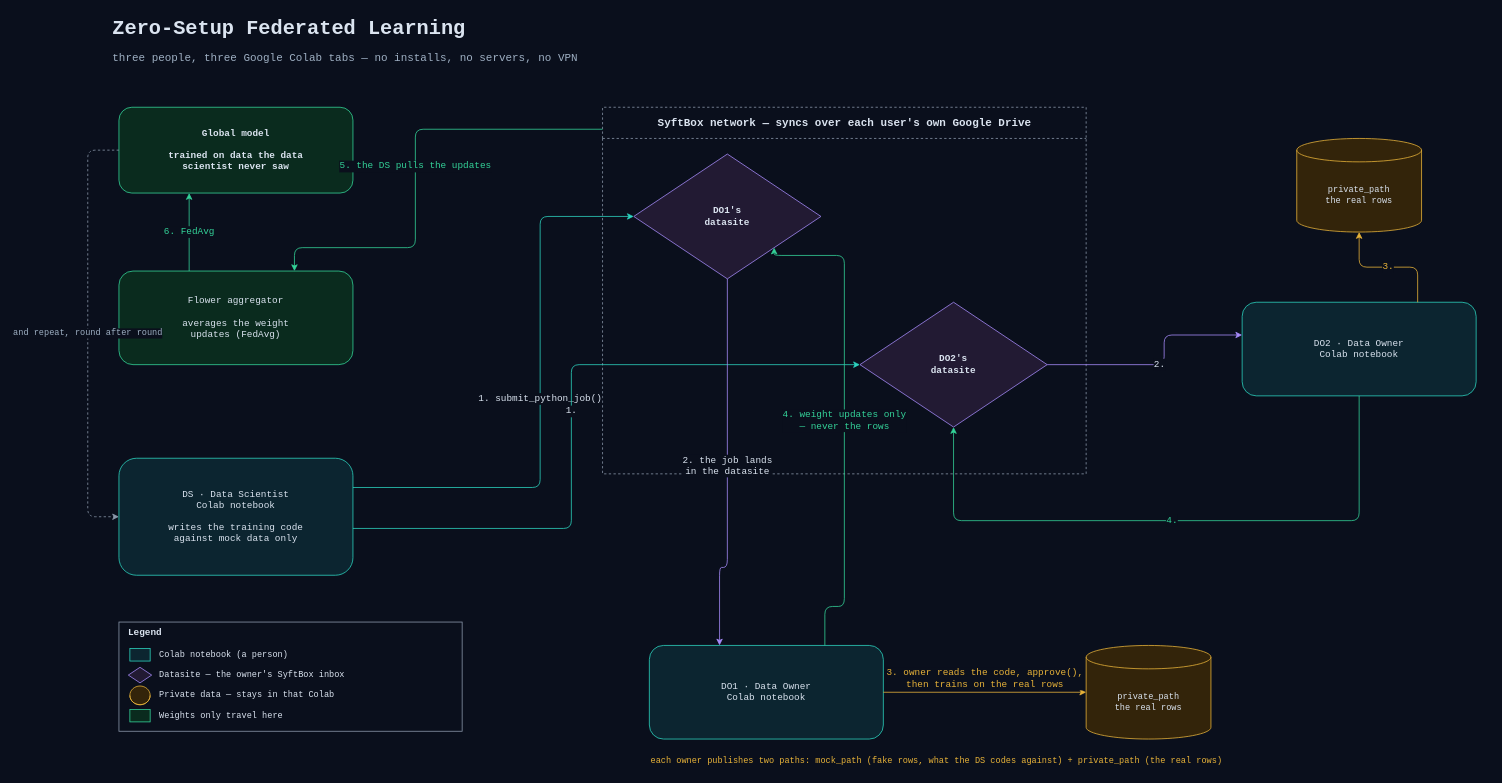
Earlier version of the draw.io diagram content/_attachments/fl-colab/zero-setup-fl.drawio (khoaguin/theduykhoa). Source tidied: cells renumbered, new cells numbered last; positions are measured from the earlier drawing's top-left corner, leaving out a move shared by most shapes. Both pictures are drawn from the tidied source at 78%, with x=0, y=0 at pixel (87, 13).
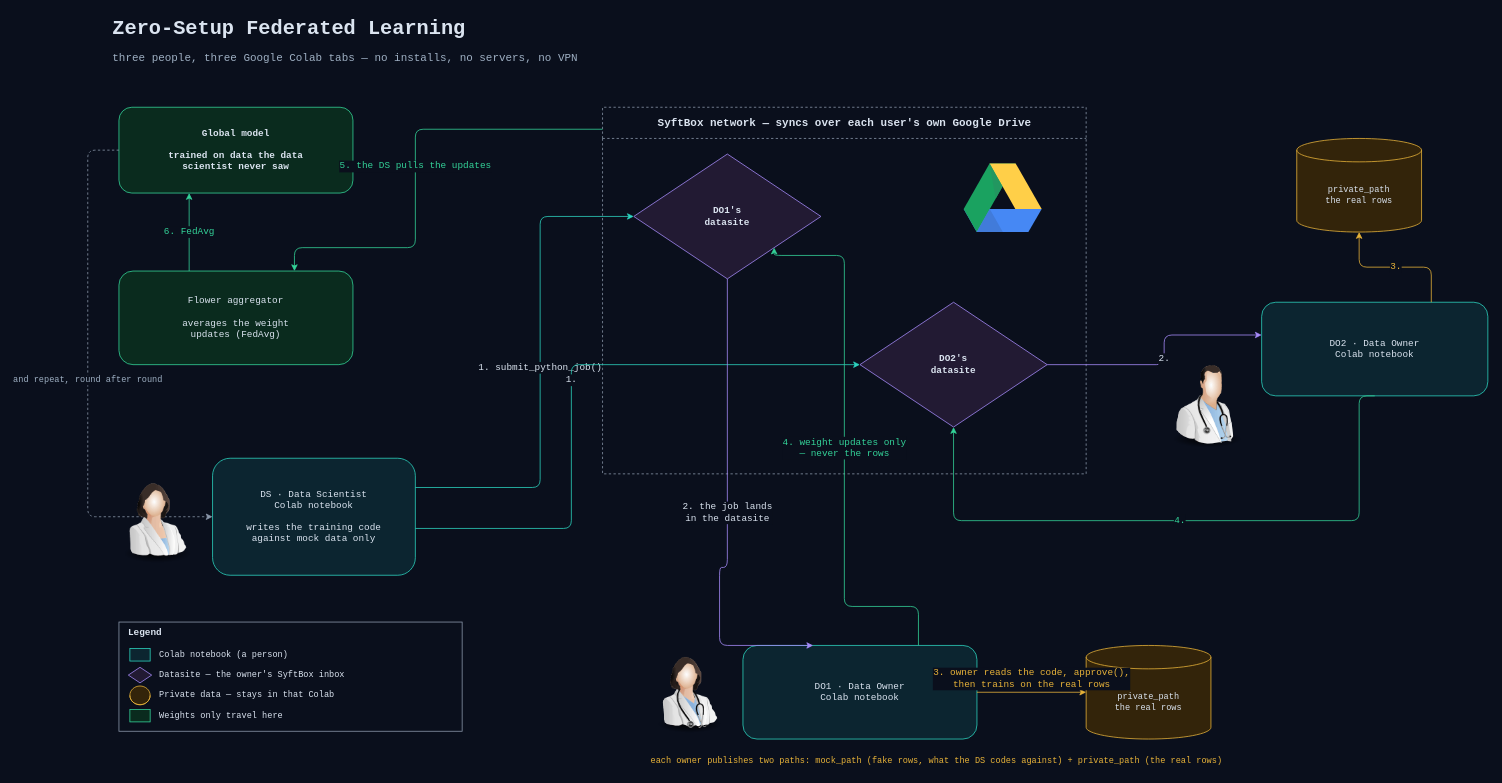
After the change.

What changed in the source:
```diff
@@
     <mxCell id="6" value="DS  ·  Data Scientist&#10;Colab notebook&#10;&#10;writes the training code&#10;against mock data only" style="rounded=1;whiteSpace=wrap;html=1;fillColor=#0c2530;strokeColor=#2dd4bf;fontColor=#dbe4f0;fontFamily=Courier New;fontSize=12;" parent="1" vertex="1">
-      <mxGeometry x="40" y="570" width="300" height="150" as="geometry" />
+      <mxGeometry x="160" y="570" width="260" height="150" as="geometry" />
     </mxCell>
@@
     <mxCell id="10" value="DO1  ·  Data Owner&#10;Colab notebook" style="rounded=1;whiteSpace=wrap;html=1;fillColor=#0c2530;strokeColor=#2dd4bf;fontColor=#dbe4f0;fontFamily=Courier New;fontSize=12;" parent="1" vertex="1">
-      <mxGeometry x="720" y="810" width="300" height="120" as="geometry" />
+      <mxGeometry x="840" y="810" width="300" height="120" as="geometry" />
     </mxCell>
@@
     <mxCell id="13" value="DO2  ·  Data Owner&#10;Colab notebook" style="rounded=1;whiteSpace=wrap;html=1;fillColor=#0c2530;strokeColor=#2dd4bf;fontColor=#dbe4f0;fontFamily=Courier New;fontSize=12;" parent="1" vertex="1">
-      <mxGeometry x="1480" y="370" width="300" height="120" as="geometry" />
+      <mxGeometry x="1505" y="370" width="290" height="120" as="geometry" />
     </mxCell>
@@
+    <mxCell id="35" style="image;html=1;image=img/lib/clip_art/people/Scientist_Woman_128x128.png;" parent="1" vertex="1">
+      <mxGeometry x="30" y="590" width="115" height="115" as="geometry" />
+    </mxCell>
+    <mxCell id="36" style="image;html=1;image=img/lib/clip_art/people/Doctor_Woman_128x128.png;" parent="1" vertex="1">
+      <mxGeometry x="715" y="813" width="110" height="110" as="geometry" />
+    </mxCell>
+    <mxCell id="37" style="image;html=1;image=img/lib/clip_art/people/Doctor_Man_128x128.png;" parent="1" vertex="1">
+      <mxGeometry x="1380" y="448" width="110" height="110" as="geometry" />
+    </mxCell>
+    <mxCell id="38" style="dashed=0;html=1;shape=mxgraph.weblogos.google_drive;" parent="1" vertex="1">
+      <mxGeometry x="1123" y="192" width="100" height="88" as="geometry" />
+    </mxCell>
```
